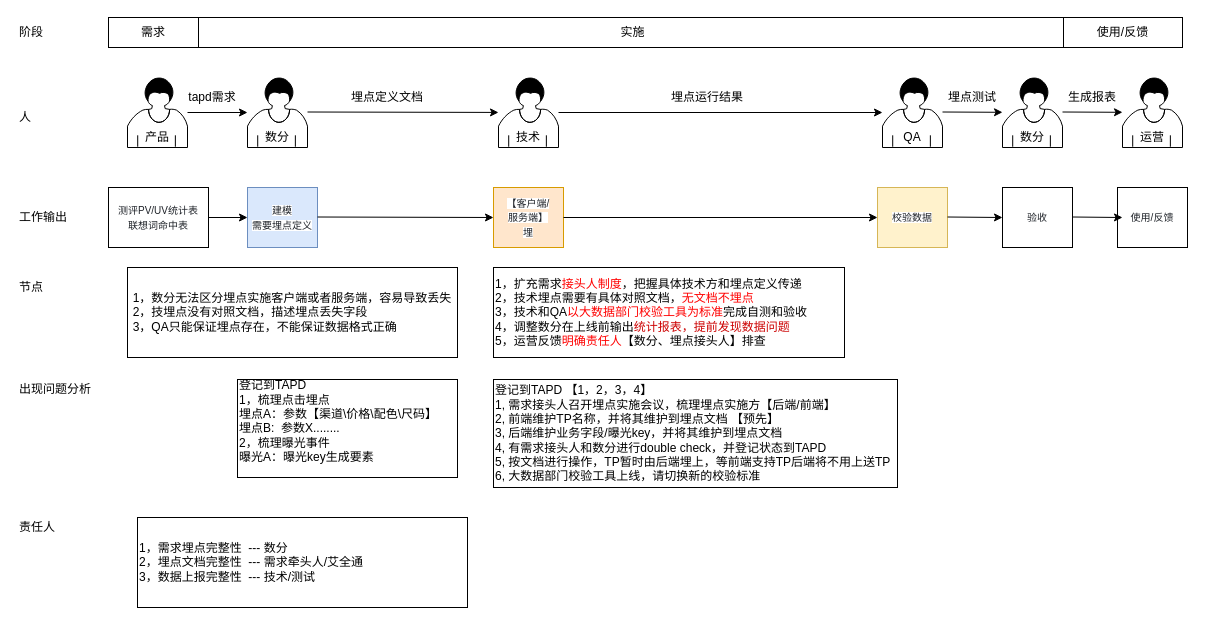
The draw.io diagram 任务流转流程.drawio in aiquantong/Hero, before the edit. Source tidied: cells renumbered, new cells numbered last; positions are measured from the earlier drawing's top-left corner, leaving out a move shared by most shapes. Both pictures are drawn from the tidied source at 100%, with x=0, y=0 at pixel (17, 17).
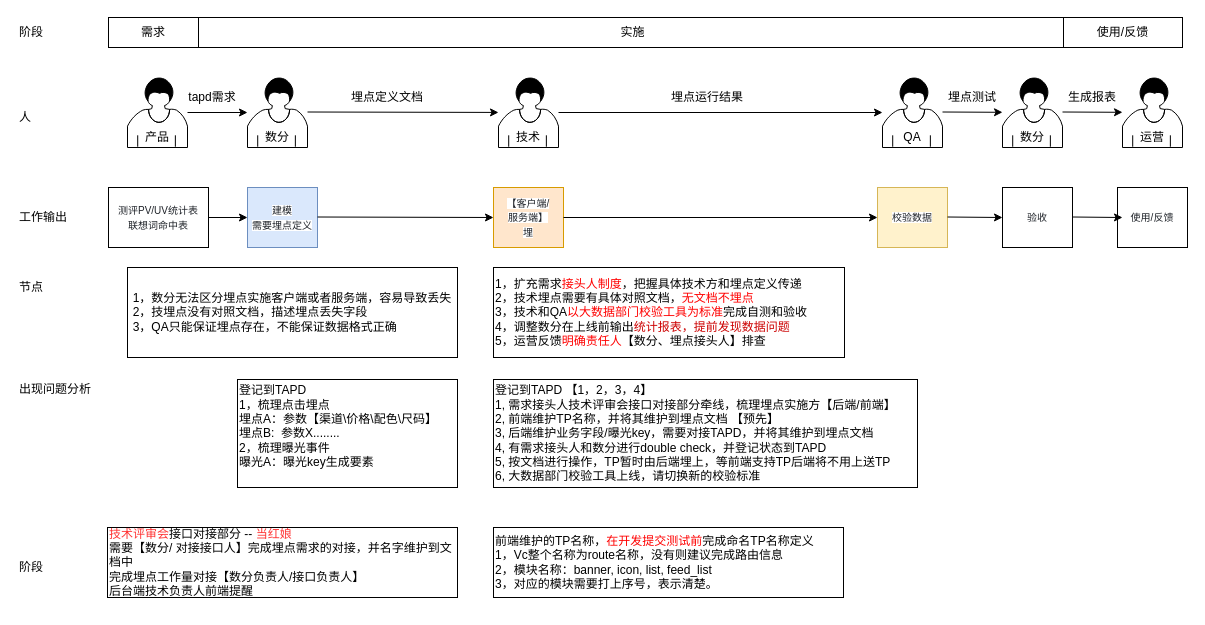
After the change.

Commit message:
Update 任务流转流程.drawio

Change to the diagram source:
```diff
@@
     <mxCell id="45" value="&lt;div&gt;&lt;span&gt;登记到TAPD&lt;/span&gt;&lt;/div&gt;&lt;div&gt;1，梳理点击埋点&lt;br&gt;埋点A：参数【渠道\价格\配色\尺码】&lt;br&gt;&lt;/div&gt;&lt;div&gt;埋点B:&amp;nbsp; 参数X........&lt;/div&gt;2，梳理&lt;span&gt;曝光事件&lt;/span&gt;&lt;br&gt;&lt;div&gt;曝光A：曝光key生成要素&lt;br&gt;&lt;br&gt;&lt;/div&gt;" style="rounded=0;whiteSpace=wrap;html=1;align=left;" parent="1" vertex="1">
-      <mxGeometry x="220" y="362" width="220" height="98" as="geometry" />
+      <mxGeometry x="220" y="362" width="220" height="108" as="geometry" />
     </mxCell>
-    <mxCell id="46" value="&lt;div&gt;登记到TAPD 【1，2，3，4】&lt;/div&gt;&lt;div&gt;1, 需求接头人召开埋点实施会议，梳理埋点实施方【后端/前端】&lt;/div&gt;&lt;div&gt;2, 前端维护TP名称，并将其维护到埋点文档 【预先】&lt;/div&gt;&lt;div&gt;3, 后端维护业务字段/曝光key，并将其维护到埋点文档&lt;br&gt;4, 有需求接头人和数分进行double check，并登记状态到TAPD&lt;br&gt;5, 按文档进行操作，TP暂时由后端埋上，等前端支持TP后端将不用上送TP&lt;/div&gt;&lt;div&gt;6, 大数据部门校验工具上线，请切换新的校验标准&lt;/div&gt;" style="rounded=0;whiteSpace=wrap;html=1;align=left;" parent="1" vertex="1">
-      <mxGeometry x="476" y="362" width="404" height="108" as="geometry" />
+    <mxCell id="46" value="&lt;div&gt;登记到TAPD 【1，2，3，4】&lt;/div&gt;&lt;div&gt;1, 需求接头人技术评审会接口对接部分牵线，梳理埋点实施方【后端/前端】&lt;/div&gt;&lt;div&gt;2, 前端维护TP名称，并将其维护到埋点文档 【预先】&amp;nbsp;&lt;/div&gt;&lt;div&gt;3, 后端维护业务字段/曝光key，需要对接TAPD，并将其维护到埋点文档&lt;br&gt;4, 有需求接头人和数分进行double check，并登记状态到TAPD&lt;br&gt;5, 按文档进行操作，TP暂时由后端埋上，等前端支持TP后端将不用上送TP&lt;/div&gt;&lt;div&gt;6, 大数据部门校验工具上线，请切换新的校验标准&lt;/div&gt;" style="rounded=0;whiteSpace=wrap;html=1;align=left;" parent="1" vertex="1">
+      <mxGeometry x="476" y="362" width="424" height="108" as="geometry" />
     </mxCell>
-    <mxCell id="47" value="&lt;div style=&quot;&quot;&gt;1，需求埋点完整性&amp;nbsp; --- 数分&lt;br&gt;2，埋点文档完整性&amp;nbsp; --- 需求牵头人/艾全通&lt;/div&gt;&lt;div style=&quot;&quot;&gt;3，数据上报完整性&amp;nbsp; --- 技术/测试&lt;/div&gt;" style="rounded=0;whiteSpace=wrap;html=1;align=left;" parent="1" vertex="1">
-      <mxGeometry x="120" y="500" width="330" height="90" as="geometry" />
-    </mxCell>
-    <mxCell id="48" value="责任人" style="text;html=1;strokeColor=none;fillColor=none;align=left;verticalAlign=middle;whiteSpace=wrap;rounded=0;" parent="1" vertex="1">
-      <mxGeometry y="500" width="55" height="20" as="geometry" />
+    <mxCell id="48" value="阶段" style="text;html=1;strokeColor=none;fillColor=none;align=left;verticalAlign=middle;whiteSpace=wrap;rounded=0;" parent="1" vertex="1">
+      <mxGeometry y="540" width="55" height="20" as="geometry" />
     </mxCell>
+    <mxCell id="49" value="&lt;font color=&quot;#ff3333&quot;&gt;技术评审会&lt;/font&gt;接口对接部分 -- &lt;font color=&quot;#ff3333&quot;&gt;当红娘&lt;/font&gt;&lt;br&gt;需要【数分/ 对接接口人】完成埋点需求的对接，并名字维护到文档中&lt;br&gt;完成埋点工作量对接【数分负责人/接口负责人】&lt;br&gt;后台端技术负责人前端提醒" style="rounded=0;whiteSpace=wrap;html=1;align=left;" parent="1" vertex="1">
+      <mxGeometry x="90" y="510" width="350" height="70" as="geometry" />
+    </mxCell>
+    <mxCell id="50" value="前端维护的TP名称，&lt;font color=&quot;#ff0000&quot;&gt;在开发提交测试前&lt;/font&gt;完成命名TP名称定义&amp;nbsp;&lt;br&gt;1，Vc整个名称为route名称，没有则建议完成路由信息&lt;br&gt;2，模块名称：banner, icon, list, feed_list&lt;br&gt;3，对应的模块需要打上序号，表示清楚。" style="rounded=0;whiteSpace=wrap;html=1;align=left;" parent="1" vertex="1">
+      <mxGeometry x="476" y="510" width="350" height="70" as="geometry" />
+    </mxCell>
```
